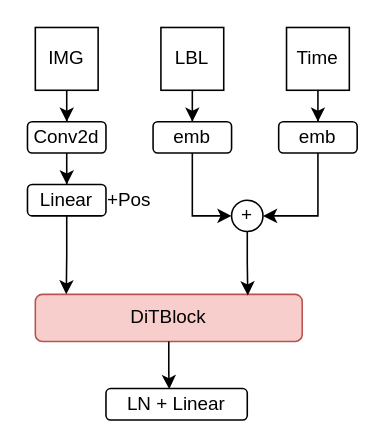
The draw.io diagram source/ch7-diffusion/dit.drawio in henrywoo/Generative-AI-In-Action, before the edit. Source tidied: cells renumbered, new cells numbered last; positions are measured from the earlier drawing's top-left corner, leaving out a move shared by most shapes. Both pictures are drawn from the tidied source at 157%, with x=0, y=0 at pixel (27, 27).
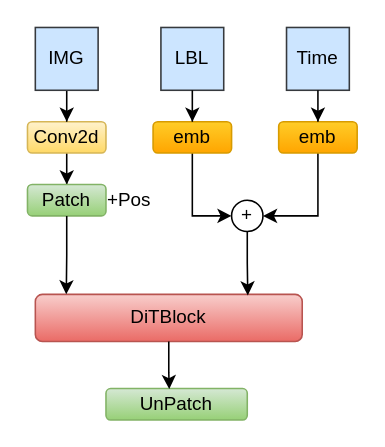
Above is the later version.

Diff of the diagram source:
```diff
@@
-    <mxCell id="3" value="Conv2d" style="rounded=1;whiteSpace=wrap;html=1;" parent="1" vertex="1">
+    <mxCell id="3" value="Conv2d" style="rounded=1;whiteSpace=wrap;html=1;fillColor=#fff2cc;gradientColor=#ffd966;strokeColor=#d6b656;" parent="1" vertex="1">
       <mxGeometry y="60" width="50" height="20" as="geometry" />
     </mxCell>
@@
-    <mxCell id="5" value="IMG" style="rounded=0;whiteSpace=wrap;html=1;" parent="1" vertex="1">
+    <mxCell id="5" value="IMG" style="rounded=0;whiteSpace=wrap;html=1;fillColor=#cce5ff;strokeColor=#36393d;" parent="1" vertex="1">
       <mxGeometry x="5" width="40" height="40" as="geometry" />
     </mxCell>
-    <mxCell id="6" value="LBL" style="rounded=0;whiteSpace=wrap;html=1;" parent="1" vertex="1">
+    <mxCell id="6" value="LBL" style="rounded=0;whiteSpace=wrap;html=1;fillColor=#cce5ff;strokeColor=#36393d;" parent="1" vertex="1">
       <mxGeometry x="85" width="40" height="40" as="geometry" />
     </mxCell>
@@
-    <mxCell id="8" value="emb" style="rounded=1;whiteSpace=wrap;html=1;" parent="1" vertex="1">
+    <mxCell id="8" value="emb" style="rounded=1;whiteSpace=wrap;html=1;fillColor=#ffcd28;gradientColor=#ffa500;strokeColor=#d79b00;" parent="1" vertex="1">
       <mxGeometry x="80" y="60" width="50" height="20" as="geometry" />
     </mxCell>
@@
-    <mxCell id="10" value="Time" style="rounded=0;whiteSpace=wrap;html=1;" parent="1" vertex="1">
+    <mxCell id="10" value="Time" style="rounded=0;whiteSpace=wrap;html=1;fillColor=#cce5ff;strokeColor=#36393d;" parent="1" vertex="1">
       <mxGeometry x="165" width="40" height="40" as="geometry" />
     </mxCell>
@@
-    <mxCell id="12" value="emb" style="rounded=1;whiteSpace=wrap;html=1;" parent="1" vertex="1">
+    <mxCell id="12" value="emb" style="rounded=1;whiteSpace=wrap;html=1;fillColor=#ffcd28;gradientColor=#ffa500;strokeColor=#d79b00;" parent="1" vertex="1">
       <mxGeometry x="160" y="60" width="50" height="20" as="geometry" />
     </mxCell>
@@
-    <mxCell id="14" value="Linear" style="rounded=1;whiteSpace=wrap;html=1;" parent="1" vertex="1">
+    <mxCell id="14" value="Patch" style="rounded=1;whiteSpace=wrap;html=1;fillColor=#d5e8d4;gradientColor=#97d077;strokeColor=#82b366;" parent="1" vertex="1">
       <mxGeometry y="100" width="50" height="20" as="geometry" />
     </mxCell>
@@
-    <mxCell id="16" value="DiTBlock" style="rounded=1;whiteSpace=wrap;html=1;fillColor=#f8cecc;strokeColor=#b85450;" parent="1" vertex="1">
+    <mxCell id="16" value="DiTBlock" style="rounded=1;whiteSpace=wrap;html=1;fillColor=#f8cecc;strokeColor=#b85450;gradientColor=#ea6b66;" parent="1" vertex="1">
       <mxGeometry x="5" y="170" width="170" height="30" as="geometry" />
     </mxCell>
@@
-    <mxCell id="20" value="LN + Linear" style="rounded=1;whiteSpace=wrap;html=1;" parent="1" vertex="1">
+    <mxCell id="20" value="UnPatch" style="rounded=1;whiteSpace=wrap;html=1;fillColor=#d5e8d4;gradientColor=#97d077;strokeColor=#82b366;" parent="1" vertex="1">
       <mxGeometry x="50" y="230" width="90" height="20" as="geometry" />
     </mxCell>
```
